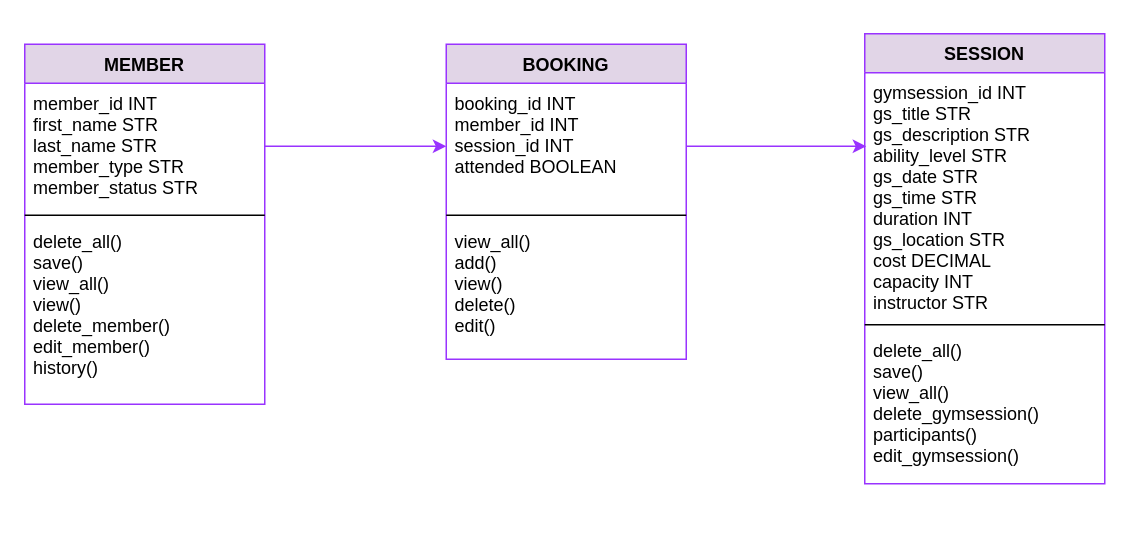
The draw.io diagram diagrams/project_class_diagram.drawio in M5FGN/codeclan_project_gymclan, before the edit. Source tidied: cells renumbered, new cells numbered last; positions are measured from the earlier drawing's top-left corner, leaving out a move shared by most shapes. Both pictures are drawn from the tidied source at 150%, with x=0, y=0 at pixel (24, 33).
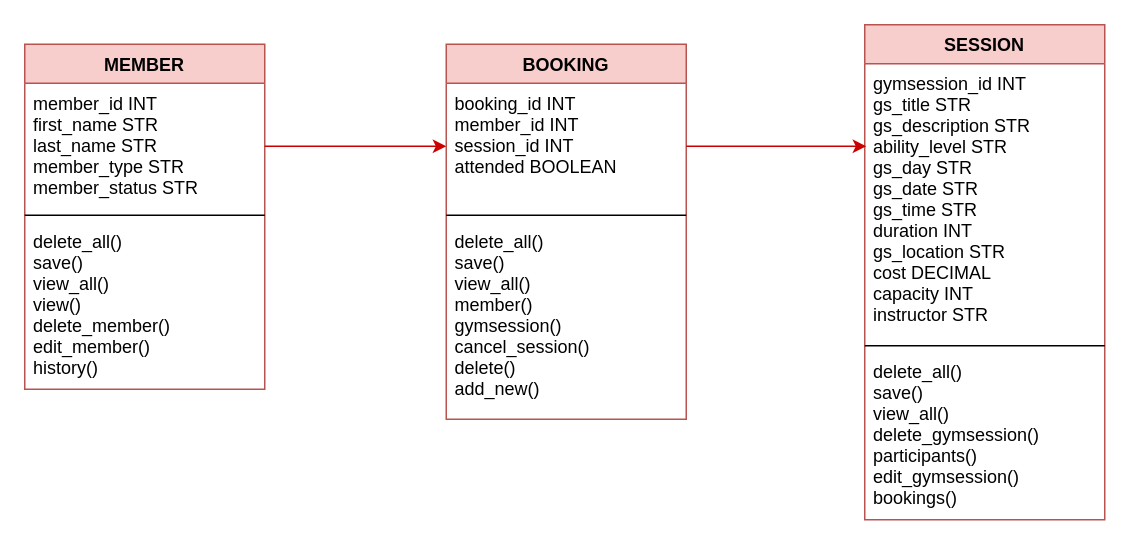
After the change.

Diff of the diagram source:
```diff
@@
 <mxGraphModel>
   <root>
     <mxCell id="0" />
     <mxCell id="1" parent="0" />
-    <mxCell id="2" value="MEMBER" style="swimlane;fontStyle=1;align=center;verticalAlign=top;horizontal=1;startSize=26;fillColor=#e1d5e7;strokeColor=#9933FF;" parent="1" vertex="1">
-      <mxGeometry y="7" width="160" height="240" as="geometry" />
+    <mxCell id="2" value="MEMBER" style="swimlane;fontStyle=1;align=center;verticalAlign=top;horizontal=1;startSize=26;fillColor=#f8cecc;strokeColor=#b85450;" parent="1" vertex="1">
+      <mxGeometry y="7" width="160" height="230" as="geometry" />
     </mxCell>
     <mxCell id="3" value="member_id INT&#10;first_name STR&#10;last_name STR&#10;member_type STR&#10;member_status STR" style="text;strokeColor=none;fillColor=none;align=left;verticalAlign=top;spacingLeft=4;spacingRight=4;overflow=hidden;points=[[0,0.5],[1,0.5]];portConstraint=eastwest;" parent="2" vertex="1">
       <mxGeometry y="26" width="160" height="84" as="geometry" />
     </mxCell>
     <mxCell id="4" style="line;strokeWidth=1;fillColor=none;align=left;verticalAlign=middle;spacingTop=-1;spacingLeft=3;spacingRight=3;labelPosition=right;" parent="2" vertex="1">
       <mxGeometry y="110" width="160" height="8" as="geometry" />
     </mxCell>
     <mxCell id="5" value="delete_all()&#10;save()&#10;view_all()&#10;view()&#10;delete_member()&#10;edit_member()&#10;history()" style="text;strokeColor=none;fillColor=none;align=left;verticalAlign=top;spacingLeft=4;spacingRight=4;overflow=hidden;" parent="2" vertex="1">
-      <mxGeometry y="118" width="160" height="122" as="geometry" />
+      <mxGeometry y="118" width="160" height="112" as="geometry" />
     </mxCell>
-    <mxCell id="6" value="BOOKING" style="swimlane;fontStyle=1;align=center;verticalAlign=top;horizontal=1;startSize=26;fillColor=#e1d5e7;strokeColor=#9933FF;" parent="1" vertex="1">
-      <mxGeometry x="281" y="7" width="160" height="210" as="geometry" />
+    <mxCell id="6" value="BOOKING" style="swimlane;fontStyle=1;align=center;verticalAlign=top;horizontal=1;startSize=26;fillColor=#f8cecc;strokeColor=#b85450;" parent="1" vertex="1">
+      <mxGeometry x="281" y="7" width="160" height="250" as="geometry" />
     </mxCell>
     <mxCell id="7" value="booking_id INT&#10;member_id INT&#10;session_id INT&#10;attended BOOLEAN" style="text;strokeColor=none;fillColor=none;align=left;verticalAlign=top;spacingLeft=4;spacingRight=4;overflow=hidden;points=[[0,0.5],[1,0.5]];portConstraint=eastwest;" parent="6" vertex="1">
       <mxGeometry y="26" width="160" height="84" as="geometry" />
     </mxCell>
     <mxCell id="8" style="line;strokeWidth=1;fillColor=none;align=left;verticalAlign=middle;spacingTop=-1;spacingLeft=3;spacingRight=3;labelPosition=right;" parent="6" vertex="1">
       <mxGeometry y="110" width="160" height="8" as="geometry" />
     </mxCell>
-    <mxCell id="9" value="view_all()&#10;add()&#10;view()&#10;delete()&#10;edit()" style="text;strokeColor=none;fillColor=none;align=left;verticalAlign=top;spacingLeft=4;spacingRight=4;overflow=hidden;" parent="6" vertex="1">
-      <mxGeometry y="118" width="160" height="92" as="geometry" />
+    <mxCell id="9" value="delete_all()&#10;save()&#10;view_all()&#10;member()&#10;gymsession()&#10;cancel_session()&#10;delete()&#10;add_new()" style="text;strokeColor=none;fillColor=none;align=left;verticalAlign=top;spacingLeft=4;spacingRight=4;overflow=hidden;" parent="6" vertex="1">
+      <mxGeometry y="118" width="160" height="132" as="geometry" />
     </mxCell>
-    <mxCell id="10" value="SESSION" style="swimlane;fontStyle=1;align=center;verticalAlign=top;horizontal=1;startSize=26;fillColor=#e1d5e7;strokeColor=#9933FF;" parent="1" vertex="1">
-      <mxGeometry x="560" width="160" height="300" as="geometry" />
+    <mxCell id="10" value="SESSION" style="swimlane;fontStyle=1;align=center;verticalAlign=top;horizontal=1;startSize=26;fillColor=#f8cecc;strokeColor=#b85450;" parent="1" vertex="1">
+      <mxGeometry x="560" y="-6" width="160" height="330" as="geometry" />
     </mxCell>
-    <mxCell id="11" value="gymsession_id INT&#10;gs_title STR&#10;gs_description STR&#10;ability_level STR&#10;gs_date STR&#10;gs_time STR&#10;duration INT&#10;gs_location STR&#10;cost DECIMAL&#10;capacity INT&#10;instructor STR&#10;" style="text;strokeColor=none;fillColor=none;align=left;verticalAlign=top;spacingLeft=4;spacingRight=4;overflow=hidden;points=[[0,0.5],[1,0.5]];portConstraint=eastwest;" parent="10" vertex="1">
-      <mxGeometry y="26" width="160" height="164" as="geometry" />
+    <mxCell id="11" value="gymsession_id INT&#10;gs_title STR&#10;gs_description STR&#10;ability_level STR&#10;gs_day STR&#10;gs_date STR&#10;gs_time STR&#10;duration INT&#10;gs_location STR&#10;cost DECIMAL&#10;capacity INT&#10;instructor STR&#10;" style="text;strokeColor=none;fillColor=none;align=left;verticalAlign=top;spacingLeft=4;spacingRight=4;overflow=hidden;points=[[0,0.5],[1,0.5]];portConstraint=eastwest;" parent="10" vertex="1">
+      <mxGeometry y="26" width="160" height="184" as="geometry" />
     </mxCell>
     <mxCell id="12" style="line;strokeWidth=1;fillColor=none;align=left;verticalAlign=middle;spacingTop=-1;spacingLeft=3;spacingRight=3;labelPosition=right;" parent="10" vertex="1">
-      <mxGeometry y="190" width="160" height="8" as="geometry" />
+      <mxGeometry y="210" width="160" height="8" as="geometry" />
     </mxCell>
-    <mxCell id="13" value="delete_all()&#10;save()&#10;view_all()&#10;delete_gymsession()&#10;participants()&#10;edit_gymsession()&#10;" style="text;strokeColor=none;fillColor=none;align=left;verticalAlign=top;spacingLeft=4;spacingRight=4;overflow=hidden;" parent="10" vertex="1">
-      <mxGeometry y="198" width="160" height="102" as="geometry" />
+    <mxCell id="13" value="delete_all()&#10;save()&#10;view_all()&#10;delete_gymsession()&#10;participants()&#10;edit_gymsession()&#10;bookings()&#10;" style="text;strokeColor=none;fillColor=none;align=left;verticalAlign=top;spacingLeft=4;spacingRight=4;overflow=hidden;" parent="10" vertex="1">
+      <mxGeometry y="218" width="160" height="112" as="geometry" />
     </mxCell>
-    <mxCell id="14" style="edgeStyle=orthogonalEdgeStyle;rounded=0;jettySize=auto;html=1;exitX=1;exitY=0.5;exitDx=0;exitDy=0;entryX=0;entryY=0.5;entryDx=0;entryDy=0;strokeColor=#9933FF;" parent="1" edge="1" source="3" target="7">
+    <mxCell id="14" style="edgeStyle=orthogonalEdgeStyle;rounded=0;jettySize=auto;html=1;exitX=1;exitY=0.5;exitDx=0;exitDy=0;entryX=0;entryY=0.5;entryDx=0;entryDy=0;strokeColor=#CC0000;" parent="1" edge="1" source="3" target="7">
       <mxGeometry relative="1" as="geometry" />
     </mxCell>
-    <mxCell id="15" style="edgeStyle=orthogonalEdgeStyle;rounded=0;jettySize=auto;html=1;exitX=1;exitY=0.5;exitDx=0;exitDy=0;entryX=0.006;entryY=0.299;entryDx=0;entryDy=0;entryPerimeter=0;strokeColor=#9933FF;" parent="1" edge="1" source="7" target="11">
+    <mxCell id="15" style="edgeStyle=orthogonalEdgeStyle;rounded=0;jettySize=auto;html=1;exitX=1;exitY=0.5;exitDx=0;exitDy=0;entryX=0.006;entryY=0.299;entryDx=0;entryDy=0;entryPerimeter=0;strokeColor=#CC0000;" parent="1" edge="1" source="7" target="11">
       <mxGeometry relative="1" as="geometry" />
     </mxCell>
   </root>
 </mxGraphModel>
```
